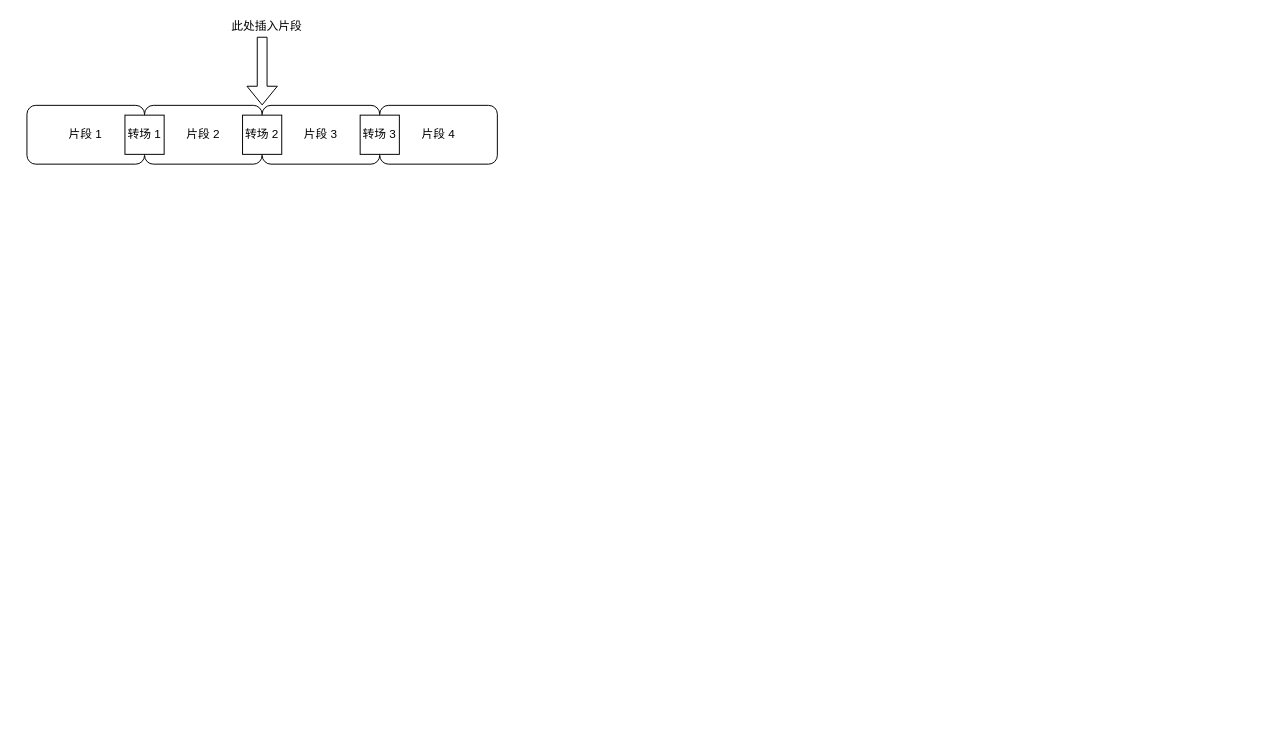
This is ADVETransition.drawio from hssdx/666666, a draw.io file, before an edit. Source tidied: cells renumbered, new cells numbered last; positions are measured from the earlier drawing's top-left corner, leaving out a move shared by most shapes. Both pictures are drawn from the tidied source at 98%, with x=0, y=0 at pixel (26, 17).
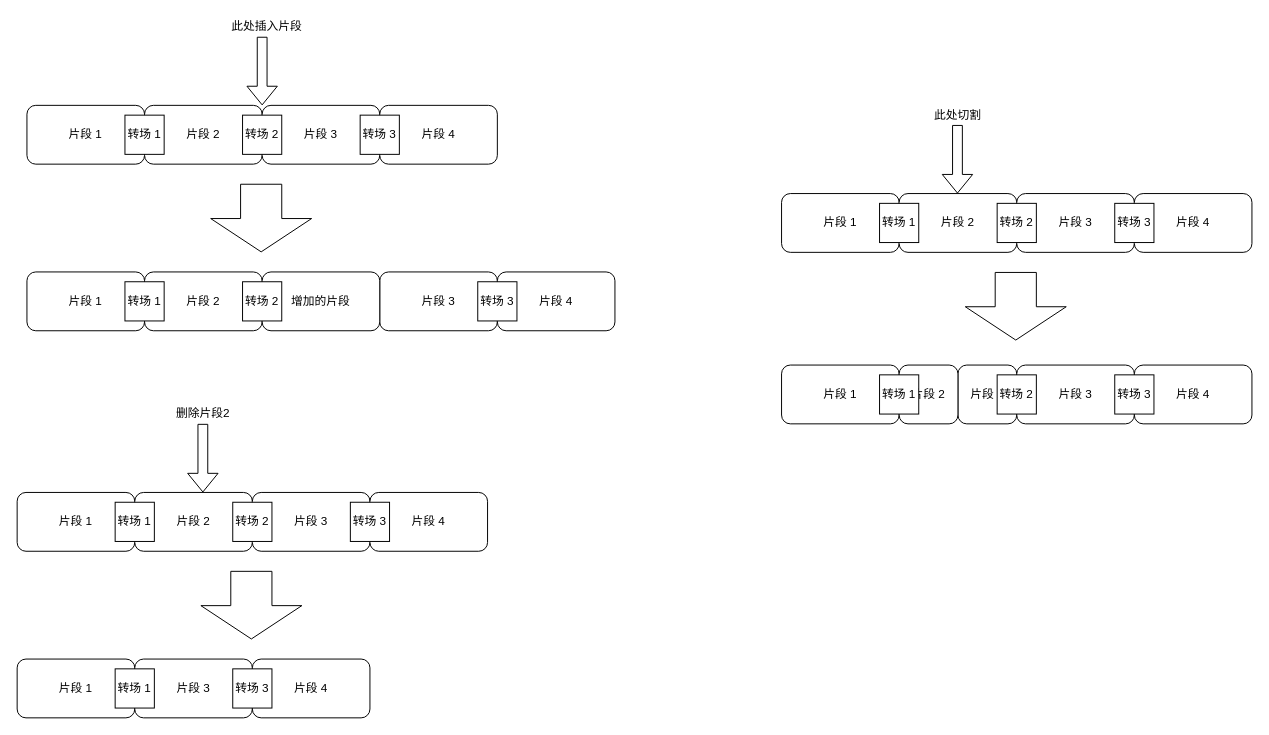
The same page after the edit.

The edit, as a diff of the source:
```diff
@@
+    <mxCell id="11" value="片段 2" style="rounded=1;whiteSpace=wrap;html=1;" parent="1" vertex="1">
+      <mxGeometry x="950" y="355" width="60" height="60" as="geometry" />
+    </mxCell>
@@
+    <mxCell id="12" style="shape=flexArrow;endArrow=classic;html=1;endWidth=60;endSize=11;width=42;" parent="1" edge="1">
+      <mxGeometry relative="1" as="geometry">
+        <mxPoint x="239" y="170" as="sourcePoint" />
+        <mxPoint x="239" y="240" as="targetPoint" />
+      </mxGeometry>
+    </mxCell>
+    <mxCell id="13" value="片段 1" style="rounded=1;whiteSpace=wrap;html=1;" parent="1" vertex="1">
+      <mxGeometry y="260" width="120" height="60" as="geometry" />
+    </mxCell>
+    <mxCell id="14" value="片段 2" style="rounded=1;whiteSpace=wrap;html=1;" parent="1" vertex="1">
+      <mxGeometry x="120" y="260" width="120" height="60" as="geometry" />
+    </mxCell>
+    <mxCell id="15" value="片段 3" style="rounded=1;whiteSpace=wrap;html=1;" parent="1" vertex="1">
+      <mxGeometry x="360" y="260" width="120" height="60" as="geometry" />
+    </mxCell>
+    <mxCell id="16" value="片段 4" style="rounded=1;whiteSpace=wrap;html=1;" parent="1" vertex="1">
+      <mxGeometry x="480" y="260" width="120" height="60" as="geometry" />
+    </mxCell>
+    <mxCell id="17" value="转场 1" style="rounded=0;whiteSpace=wrap;html=1;" parent="1" vertex="1">
+      <mxGeometry x="100" y="270" width="40" height="40" as="geometry" />
+    </mxCell>
+    <mxCell id="18" value="转场 3" style="rounded=0;whiteSpace=wrap;html=1;" parent="1" vertex="1">
+      <mxGeometry x="460" y="270" width="40" height="40" as="geometry" />
+    </mxCell>
+    <mxCell id="19" value="增加的片段" style="rounded=1;whiteSpace=wrap;html=1;" parent="1" vertex="1">
+      <mxGeometry x="240" y="260" width="120" height="60" as="geometry" />
+    </mxCell>
+    <mxCell id="20" value="转场 2" style="rounded=0;whiteSpace=wrap;html=1;" parent="1" vertex="1">
+      <mxGeometry x="220" y="270" width="40" height="40" as="geometry" />
+    </mxCell>
+    <mxCell id="21" value="片段 1" style="rounded=1;whiteSpace=wrap;html=1;" parent="1" vertex="1">
+      <mxGeometry x="-10" y="485" width="120" height="60" as="geometry" />
+    </mxCell>
+    <mxCell id="22" value="片段 2" style="rounded=1;whiteSpace=wrap;html=1;" parent="1" vertex="1">
+      <mxGeometry x="110" y="485" width="120" height="60" as="geometry" />
+    </mxCell>
+    <mxCell id="23" value="片段 3" style="rounded=1;whiteSpace=wrap;html=1;" parent="1" vertex="1">
+      <mxGeometry x="230" y="485" width="120" height="60" as="geometry" />
+    </mxCell>
+    <mxCell id="24" value="片段 4" style="rounded=1;whiteSpace=wrap;html=1;" parent="1" vertex="1">
+      <mxGeometry x="350" y="485" width="120" height="60" as="geometry" />
+    </mxCell>
+    <mxCell id="25" value="转场 1" style="rounded=0;whiteSpace=wrap;html=1;" parent="1" vertex="1">
+      <mxGeometry x="90" y="495" width="40" height="40" as="geometry" />
+    </mxCell>
+    <mxCell id="26" value="转场 2" style="rounded=0;whiteSpace=wrap;html=1;" parent="1" vertex="1">
+      <mxGeometry x="210" y="495" width="40" height="40" as="geometry" />
+    </mxCell>
+    <mxCell id="27" value="转场 3" style="rounded=0;whiteSpace=wrap;html=1;" parent="1" vertex="1">
+      <mxGeometry x="330" y="495" width="40" height="40" as="geometry" />
+    </mxCell>
+    <mxCell id="28" style="shape=flexArrow;endArrow=classic;html=1;" parent="1" edge="1">
+      <mxGeometry relative="1" as="geometry">
+        <mxPoint x="179.5" y="415" as="sourcePoint" />
+        <mxPoint x="179.5" y="485" as="targetPoint" />
+      </mxGeometry>
+    </mxCell>
+    <mxCell id="29" value="删除片段2" style="text;html=1;strokeColor=none;fillColor=none;align=center;verticalAlign=middle;whiteSpace=wrap;rounded=0;" parent="1" vertex="1">
+      <mxGeometry x="135" y="395" width="90" height="20" as="geometry" />
+    </mxCell>
+    <mxCell id="30" style="shape=flexArrow;endArrow=classic;html=1;endWidth=60;endSize=11;width=42;" parent="1" edge="1">
+      <mxGeometry relative="1" as="geometry">
+        <mxPoint x="229" y="565" as="sourcePoint" />
+        <mxPoint x="229" y="635" as="targetPoint" />
+      </mxGeometry>
+    </mxCell>
+    <mxCell id="31" value="片段 1" style="rounded=1;whiteSpace=wrap;html=1;" parent="1" vertex="1">
+      <mxGeometry x="-10" y="655" width="120" height="60" as="geometry" />
+    </mxCell>
+    <mxCell id="32" value="片段 3" style="rounded=1;whiteSpace=wrap;html=1;" parent="1" vertex="1">
+      <mxGeometry x="110" y="655" width="120" height="60" as="geometry" />
+    </mxCell>
+    <mxCell id="33" value="片段 4" style="rounded=1;whiteSpace=wrap;html=1;" parent="1" vertex="1">
+      <mxGeometry x="230" y="655" width="120" height="60" as="geometry" />
+    </mxCell>
+    <mxCell id="34" value="转场 1" style="rounded=0;whiteSpace=wrap;html=1;" parent="1" vertex="1">
+      <mxGeometry x="90" y="665" width="40" height="40" as="geometry" />
+    </mxCell>
+    <mxCell id="35" value="转场 3" style="rounded=0;whiteSpace=wrap;html=1;" parent="1" vertex="1">
+      <mxGeometry x="210" y="665" width="40" height="40" as="geometry" />
+    </mxCell>
+    <mxCell id="36" value="片段 1" style="rounded=1;whiteSpace=wrap;html=1;" parent="1" vertex="1">
+      <mxGeometry x="770" y="180" width="120" height="60" as="geometry" />
+    </mxCell>
+    <mxCell id="37" value="片段 2" style="rounded=1;whiteSpace=wrap;html=1;" parent="1" vertex="1">
+      <mxGeometry x="890" y="180" width="120" height="60" as="geometry" />
+    </mxCell>
+    <mxCell id="38" value="片段 3" style="rounded=1;whiteSpace=wrap;html=1;" parent="1" vertex="1">
+      <mxGeometry x="1010" y="180" width="120" height="60" as="geometry" />
+    </mxCell>
+    <mxCell id="39" value="片段 4" style="rounded=1;whiteSpace=wrap;html=1;" parent="1" vertex="1">
+      <mxGeometry x="1130" y="180" width="120" height="60" as="geometry" />
+    </mxCell>
+    <mxCell id="40" value="转场 1" style="rounded=0;whiteSpace=wrap;html=1;" parent="1" vertex="1">
+      <mxGeometry x="870" y="190" width="40" height="40" as="geometry" />
+    </mxCell>
+    <mxCell id="41" value="转场 2" style="rounded=0;whiteSpace=wrap;html=1;" parent="1" vertex="1">
+      <mxGeometry x="990" y="190" width="40" height="40" as="geometry" />
+    </mxCell>
+    <mxCell id="42" value="转场 3" style="rounded=0;whiteSpace=wrap;html=1;" parent="1" vertex="1">
+      <mxGeometry x="1110" y="190" width="40" height="40" as="geometry" />
+    </mxCell>
+    <mxCell id="43" style="shape=flexArrow;endArrow=classic;html=1;" parent="1" edge="1">
+      <mxGeometry relative="1" as="geometry">
+        <mxPoint x="949.5" y="110" as="sourcePoint" />
+        <mxPoint x="949.5" y="180" as="targetPoint" />
+      </mxGeometry>
+    </mxCell>
+    <mxCell id="44" value="此处切割" style="text;html=1;strokeColor=none;fillColor=none;align=center;verticalAlign=middle;whiteSpace=wrap;rounded=0;" parent="1" vertex="1">
+      <mxGeometry x="905" y="90" width="90" height="20" as="geometry" />
+    </mxCell>
+    <mxCell id="45" style="shape=flexArrow;endArrow=classic;html=1;endWidth=60;endSize=11;width=42;" parent="1" edge="1">
+      <mxGeometry relative="1" as="geometry">
+        <mxPoint x="1009" y="260" as="sourcePoint" />
+        <mxPoint x="1009" y="330" as="targetPoint" />
+      </mxGeometry>
+    </mxCell>
+    <mxCell id="46" value="片段 1" style="rounded=1;whiteSpace=wrap;html=1;" parent="1" vertex="1">
+      <mxGeometry x="770" y="355" width="120" height="60" as="geometry" />
+    </mxCell>
+    <mxCell id="47" value="片段 2" style="rounded=1;whiteSpace=wrap;html=1;" parent="1" vertex="1">
+      <mxGeometry x="890" y="355" width="60" height="60" as="geometry" />
+    </mxCell>
+    <mxCell id="48" value="片段 3" style="rounded=1;whiteSpace=wrap;html=1;" parent="1" vertex="1">
+      <mxGeometry x="1010" y="355" width="120" height="60" as="geometry" />
+    </mxCell>
+    <mxCell id="49" value="片段 4" style="rounded=1;whiteSpace=wrap;html=1;" parent="1" vertex="1">
+      <mxGeometry x="1130" y="355" width="120" height="60" as="geometry" />
+    </mxCell>
+    <mxCell id="50" value="转场 1" style="rounded=0;whiteSpace=wrap;html=1;" parent="1" vertex="1">
+      <mxGeometry x="870" y="365" width="40" height="40" as="geometry" />
+    </mxCell>
+    <mxCell id="51" value="转场 2" style="rounded=0;whiteSpace=wrap;html=1;" parent="1" vertex="1">
+      <mxGeometry x="990" y="365" width="40" height="40" as="geometry" />
+    </mxCell>
+    <mxCell id="52" value="转场 3" style="rounded=0;whiteSpace=wrap;html=1;" parent="1" vertex="1">
+      <mxGeometry x="1110" y="365" width="40" height="40" as="geometry" />
+    </mxCell>
```
